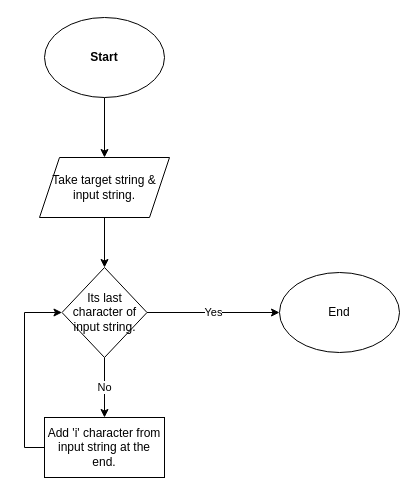
Earlier version of the draw.io diagram 4) Flowcharts/1) utility_box - String append, constant string append.drawio (Gourav-334/Tosbit). Source tidied: cells renumbered, new cells numbered last; positions are measured from the earlier drawing's top-left corner, leaving out a move shared by most shapes. Both pictures are drawn from the tidied source at 100%, with x=0, y=0 at pixel (39, 17).
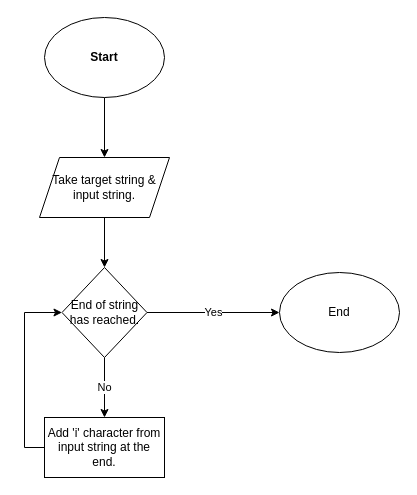
After the change.

What changed in the source:
```diff
@@
 <mxGraphModel>
   <root>
     <mxCell id="0" />
     <mxCell id="1" parent="0" />
     <mxCell id="2" style="edgeStyle=orthogonalEdgeStyle;rounded=0;jettySize=auto;html=1;exitX=0.5;exitY=1;exitDx=0;exitDy=0;entryX=0.5;entryY=0;entryDx=0;entryDy=0;" parent="1" edge="1" source="3" target="7">
       <mxGeometry relative="1" as="geometry" />
     </mxCell>
     <mxCell id="3" value="&lt;b&gt;&lt;font style=&quot;font-size: 12px;&quot;&gt;Start&lt;/font&gt;&lt;/b&gt;" style="ellipse;whiteSpace=wrap;html=1;" parent="1" vertex="1">
       <mxGeometry x="5" width="120" height="80" as="geometry" />
     </mxCell>
     <mxCell id="4" style="edgeStyle=orthogonalEdgeStyle;rounded=0;jettySize=auto;html=1;exitX=0;exitY=0.5;exitDx=0;exitDy=0;entryX=0;entryY=0.5;entryDx=0;entryDy=0;" parent="1" edge="1" source="5" target="10">
       <mxGeometry relative="1" as="geometry" />
     </mxCell>
     <mxCell id="5" value="Add 'i' character from input string at the end." style="rounded=0;whiteSpace=wrap;html=1;" parent="1" vertex="1">
       <mxGeometry x="5" y="400" width="120" height="60" as="geometry" />
     </mxCell>
     <mxCell id="6" style="edgeStyle=orthogonalEdgeStyle;rounded=0;jettySize=auto;html=1;exitX=0.5;exitY=1;exitDx=0;exitDy=0;entryX=0.5;entryY=0;entryDx=0;entryDy=0;" parent="1" edge="1" source="7" target="10">
       <mxGeometry relative="1" as="geometry" />
     </mxCell>
     <mxCell id="7" value="Take target string &amp;amp; input string." style="shape=parallelogram;perimeter=parallelogramPerimeter;whiteSpace=wrap;html=1;fixedSize=1;" parent="1" vertex="1">
       <mxGeometry y="140" width="130" height="60" as="geometry" />
     </mxCell>
     <mxCell id="8" value="No" style="edgeStyle=orthogonalEdgeStyle;rounded=0;jettySize=auto;html=1;exitX=0.5;exitY=1;exitDx=0;exitDy=0;entryX=0.5;entryY=0;entryDx=0;entryDy=0;" parent="1" edge="1" source="10" target="5">
       <mxGeometry relative="1" as="geometry" />
     </mxCell>
     <mxCell id="9" value="Yes" style="edgeStyle=orthogonalEdgeStyle;rounded=0;jettySize=auto;html=1;exitX=1;exitY=0.5;exitDx=0;exitDy=0;entryX=0;entryY=0.5;entryDx=0;entryDy=0;" parent="1" edge="1" source="10" target="11">
       <mxGeometry relative="1" as="geometry" />
     </mxCell>
-    <mxCell id="10" value="Its last character of input string." style="rhombus;whiteSpace=wrap;html=1;" parent="1" vertex="1">
+    <mxCell id="10" value="End of string has reached." style="rhombus;whiteSpace=wrap;html=1;" parent="1" vertex="1">
       <mxGeometry x="22.5" y="250" width="85" height="90" as="geometry" />
     </mxCell>
     <mxCell id="11" value="End" style="ellipse;whiteSpace=wrap;html=1;" parent="1" vertex="1">
       <mxGeometry x="240" y="255" width="120" height="80" as="geometry" />
     </mxCell>
   </root>
 </mxGraphModel>
```
